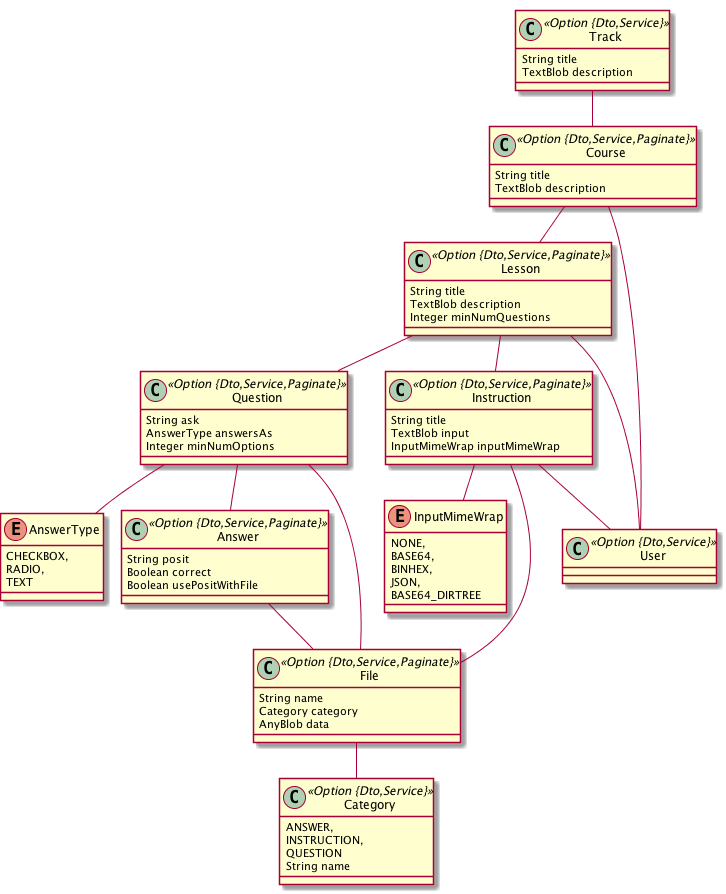
Before: init_entities.png, a diagram exported from PlantUML (archimedon/jhipsterfun).
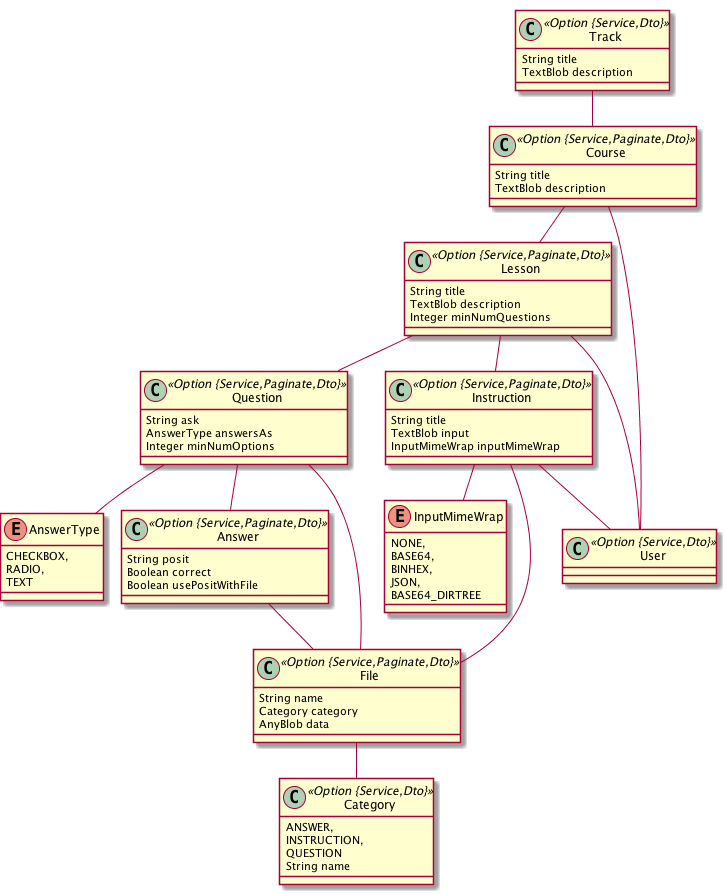
After the change.

Change to the diagram source:
```diff
@@ -18,40 +18,40 @@
 		RADIO,
 		TEXT
 	}
-	class Question <<Option {Dto,Service,Paginate}>> {
+	class Question <<Option {Service,Paginate,Dto}>> {
 		String ask
 		AnswerType answersAs
 		Integer minNumOptions
 	}
 	Question ..> AnswerType
-	class Answer <<Option {Dto,Service,Paginate}>> {
+	class Answer <<Option {Service,Paginate,Dto}>> {
 		String posit
 		Boolean correct
 		Boolean usePositWithFile
 	}
-	class Track <<Option {Dto,Service}>> {
+	class Track <<Option {Service,Dto}>> {
 		String title
 		TextBlob description
 	}
-	class Lesson <<Option {Dto,Service,Paginate}>> {
+	class Lesson <<Option {Service,Paginate,Dto}>> {
 		String title
 		TextBlob description
 		Integer minNumQuestions
 	}
-	class Course <<Option {Dto,Service,Paginate}>> {
+	class Course <<Option {Service,Paginate,Dto}>> {
 		String title
 		TextBlob description
 	}
-	class Category <<Option {Dto,Service}>> {
+	class Category <<Option {Service,Dto}>> {
 		String name
 	}
-	class Instruction <<Option {Dto,Service,Paginate}>> {
+	class Instruction <<Option {Service,Paginate,Dto}>> {
 		String title
 		TextBlob input
 		InputMimeWrap inputMimeWrap
 	}
 	Instruction ..> InputMimeWrap
-	class File <<Option {Dto,Service,Paginate}>> {
+	class File <<Option {Service,Paginate,Dto}>> {
 		String name
 		Category category
 		AnyBlob data
@@ -68,6 +68,6 @@
 	Answer  "file(name) 0..* " o--o "answer(posit) 0..* "  File
 	Question  "file(name) 0..* " o--o "question(ask) 0..* "  File
 	Question  "answer(posit) 0..1 " --o "question(ask)  1..* "  Answer
-	class User <<Option {Dto,Service}>> {
+	class User <<Option {Service,Dto}>> {
 	}
 @enduml
```
